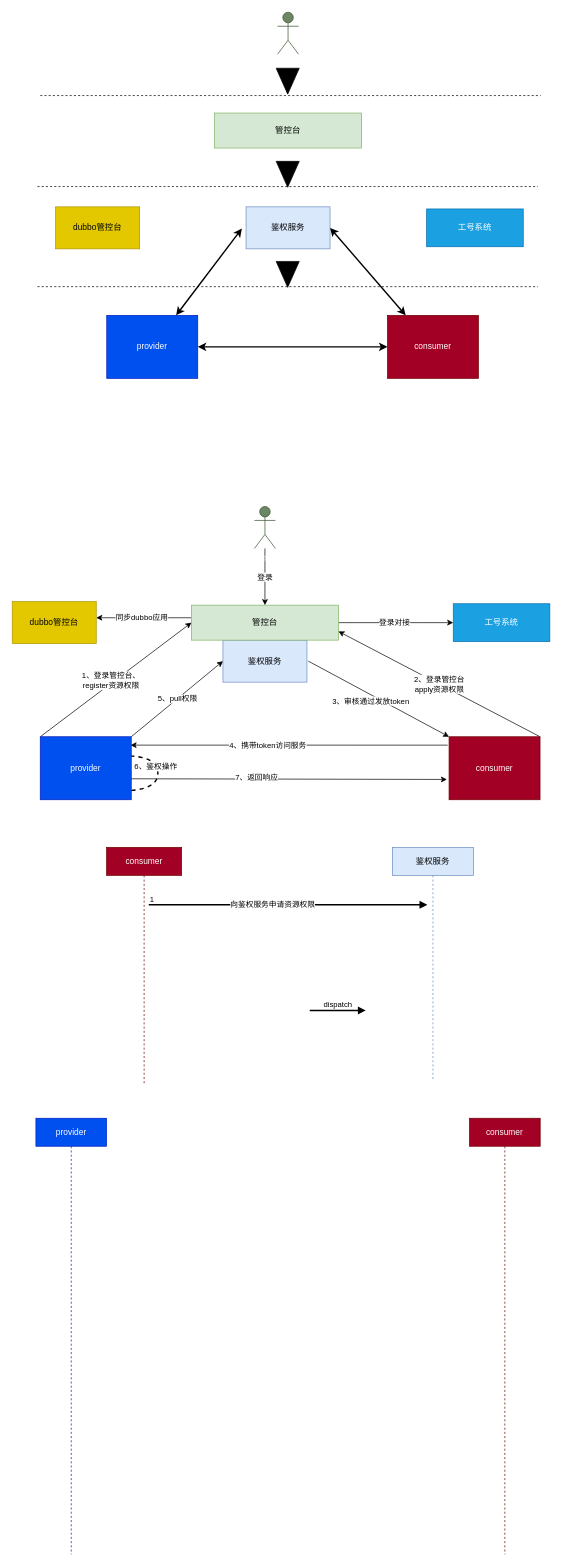
Above: 鉴权中心一期.drawio in gitcodeporter/draw-uml (draw.io), before the change. Source tidied: cells renumbered, new cells numbered last; positions are measured from the earlier drawing's top-left corner, leaving out a move shared by most shapes. Both pictures are drawn from the tidied source at 70%, with x=0, y=0 at pixel (12, 12).
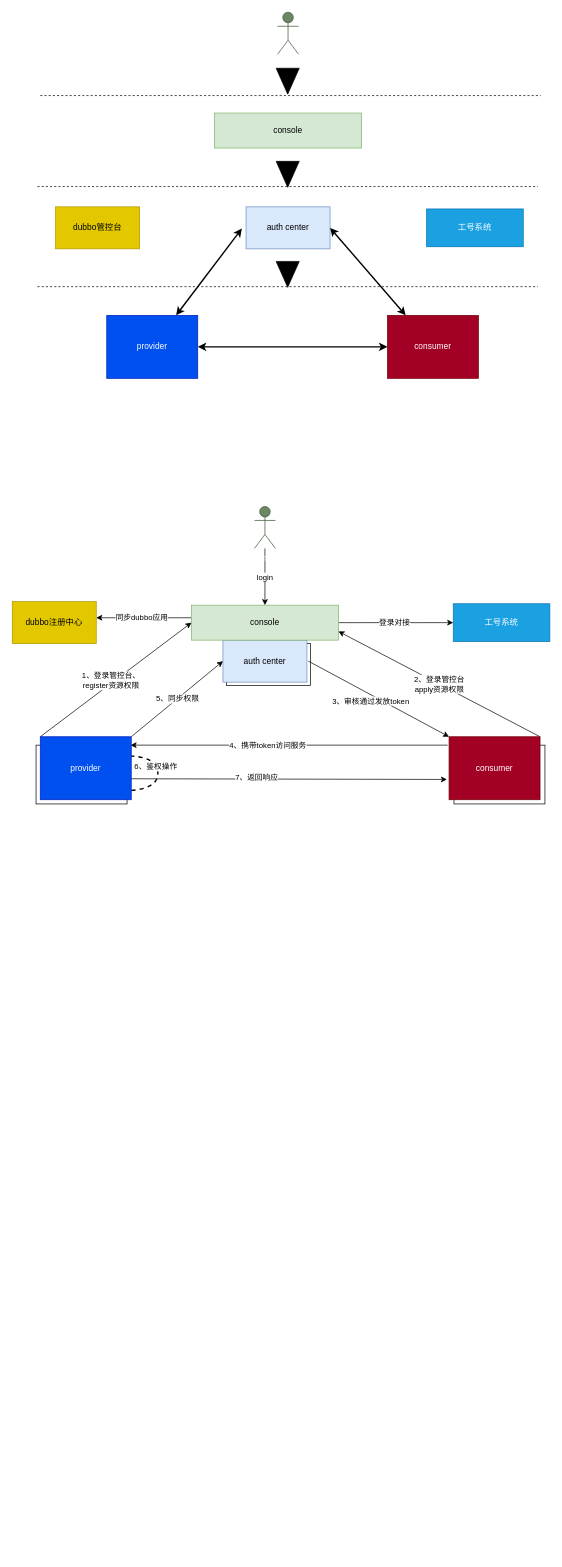
The same page after the edit.

Commit message:
更新鉴权中心一期.drawio

Unchanged cells that the change refers to:
```xml
<mxCell id="21" value="provider" style="rounded=0;whiteSpace=wrap;html=1;fillColor=#0050ef;strokeColor=#001DBC;fontColor=#ffffff;" parent="1" vertex="1">
  <mxGeometry x="40" y="1035" width="130" height="90" as="geometry" />
</mxCell>
<mxCell id="25" value="Actor" style="shape=umlActor;verticalLabelPosition=bottom;verticalAlign=top;html=1;outlineConnect=0;fillColor=#6d8764;strokeColor=#3A5431;fontColor=#ffffff;" parent="1" vertex="1">
  <mxGeometry x="346" y="706" width="30" height="60" as="geometry" />
</mxCell>
```

What changed in the source:
```diff
@@
+    <mxCell id="49" style="rounded=0;whiteSpace=wrap;html=1;fillColor=#FFFFFF;" parent="1" vertex="1">
+      <mxGeometry x="306" y="902" width="120" height="60" as="geometry" />
+    </mxCell>
+    <mxCell id="50" style="rounded=0;whiteSpace=wrap;html=1;fillColor=#FFFFFF;" parent="1" vertex="1">
+      <mxGeometry x="34" y="1047" width="130" height="84" as="geometry" />
+    </mxCell>
+    <mxCell id="51" style="rounded=0;whiteSpace=wrap;html=1;fillColor=#FFFFFF;" parent="1" vertex="1">
+      <mxGeometry x="631" y="1047" width="130" height="84" as="geometry" />
+    </mxCell>
@@
-    <mxCell id="4" value="鉴权服务" style="rounded=0;whiteSpace=wrap;html=1;fillColor=#dae8fc;strokeColor=#6c8ebf;" parent="1" vertex="1">
+    <mxCell id="4" value="auth center" style="rounded=0;whiteSpace=wrap;html=1;fillColor=#dae8fc;strokeColor=#6c8ebf;" parent="1" vertex="1">
       <mxGeometry x="301" y="897" width="120" height="60" as="geometry" />
     </mxCell>
@@
-    <mxCell id="9" value="管控台" style="rounded=0;whiteSpace=wrap;html=1;fillColor=#d5e8d4;strokeColor=#82b366;" parent="1" vertex="1">
+    <mxCell id="9" value="console" style="rounded=0;whiteSpace=wrap;html=1;fillColor=#d5e8d4;strokeColor=#82b366;" parent="1" vertex="1">
       <mxGeometry x="256" y="847" width="210" height="50" as="geometry" />
     </mxCell>
@@
-    <mxCell id="16" value="5、pull权限" style="edgeStyle=none;rounded=0;jettySize=auto;html=1;exitX=1;exitY=0;exitDx=0;exitDy=0;entryX=0;entryY=0.5;entryDx=0;entryDy=0;" parent="1" edge="1" source="21" target="4">
+    <mxCell id="16" value="5、同步权限" style="edgeStyle=none;rounded=0;jettySize=auto;html=1;exitX=1;exitY=0;exitDx=0;exitDy=0;entryX=0;entryY=0.5;entryDx=0;entryDy=0;" parent="1" edge="1" source="21" target="4">
       <mxGeometry relative="1" as="geometry" />
     </mxCell>
@@
-    <mxCell id="23" value="dubbo管控台" style="rounded=0;whiteSpace=wrap;html=1;fillColor=#e3c800;strokeColor=#B09500;fontColor=#000000;" parent="1" vertex="1">
+    <mxCell id="23" value="dubbo注册中心" style="rounded=0;whiteSpace=wrap;html=1;fillColor=#e3c800;strokeColor=#B09500;fontColor=#000000;" parent="1" vertex="1">
       <mxGeometry y="842" width="120" height="60" as="geometry" />
     </mxCell>
-    <mxCell id="24" value="登录" style="edgeStyle=orthogonalEdgeStyle;curved=1;rounded=0;jettySize=auto;html=1;startArrow=none;startFill=0;" parent="1" edge="1" source="25" target="9">
+    <mxCell id="24" value="login" style="edgeStyle=orthogonalEdgeStyle;curved=1;rounded=0;jettySize=auto;html=1;startArrow=none;startFill=0;" parent="1" edge="1" source="25" target="9">
       <mxGeometry relative="1" as="geometry" />
     </mxCell>
@@
-    <mxCell id="26" value="管控台" style="rounded=0;whiteSpace=wrap;html=1;fillColor=#d5e8d4;strokeColor=#82b366;" parent="1" vertex="1">
+    <mxCell id="26" value="console" style="rounded=0;whiteSpace=wrap;html=1;fillColor=#d5e8d4;strokeColor=#82b366;" parent="1" vertex="1">
       <mxGeometry x="289" y="144" width="210" height="50" as="geometry" />
     </mxCell>
@@
-    <mxCell id="33" value="鉴权服务" style="rounded=0;whiteSpace=wrap;html=1;fillColor=#dae8fc;strokeColor=#6c8ebf;" parent="1" vertex="1">
+    <mxCell id="33" value="auth center" style="rounded=0;whiteSpace=wrap;html=1;fillColor=#dae8fc;strokeColor=#6c8ebf;" parent="1" vertex="1">
       <mxGeometry x="334" y="278" width="120" height="60" as="geometry" />
     </mxCell>
@@
-    <mxCell id="42" value="provider" style="shape=umlLifeline;perimeter=lifelinePerimeter;whiteSpace=wrap;html=1;fillColor=#0050ef;strokeColor=#001DBC;fontColor=#ffffff;" parent="1" vertex="1">
-      <mxGeometry x="33.8" y="1580" width="101" height="623" as="geometry" />
-    </mxCell>
-    <mxCell id="43" value="consumer" style="shape=umlLifeline;perimeter=lifelinePerimeter;whiteSpace=wrap;html=1;fillColor=#a20025;strokeColor=#6F0000;fontColor=#ffffff;" parent="1" vertex="1">
-      <mxGeometry x="653.2" y="1580" width="101" height="623" as="geometry" />
-    </mxCell>
-    <mxCell id="44" value="鉴权服务" style="shape=umlLifeline;perimeter=lifelinePerimeter;whiteSpace=wrap;html=1;fillColor=#dae8fc;strokeColor=#6c8ebf;" parent="1" vertex="1">
-      <mxGeometry x="543" y="1193" width="116" height="334" as="geometry" />
-    </mxCell>
-    <mxCell id="45" value="consumer" style="shape=umlLifeline;perimeter=lifelinePerimeter;whiteSpace=wrap;html=1;fillColor=#a20025;strokeColor=#6F0000;fontColor=#ffffff;" parent="1" vertex="1">
-      <mxGeometry x="134.8" y="1193" width="107.2" height="338" as="geometry" />
-    </mxCell>
-    <mxCell id="46" value="dispatch" style="html=1;verticalAlign=bottom;endArrow=block;strokeWidth=2;" parent="1" edge="1">
-      <mxGeometry relative="1" as="geometry">
-        <mxPoint x="425" y="1426" as="sourcePoint" />
-        <mxPoint x="505" y="1426" as="targetPoint" />
-      </mxGeometry>
-    </mxCell>
-    <mxCell id="47" value="向鉴权服务申请资源权限" style="endArrow=block;endFill=1;html=1;edgeStyle=orthogonalEdgeStyle;align=left;verticalAlign=top;strokeWidth=2;" parent="1" edge="1">
-      <mxGeometry x="-0.42" y="14" relative="1" as="geometry">
-        <mxPoint x="195" y="1275" as="sourcePoint" />
-        <mxPoint x="593" y="1275" as="targetPoint" />
-      </mxGeometry>
-    </mxCell>
-    <mxCell id="48" value="1" style="edgeLabel;html=1;align=left;verticalAlign=bottom;" parent="47" vertex="1">
-      <mxGeometry x="-1" relative="1" as="geometry" />
-    </mxCell>
```
